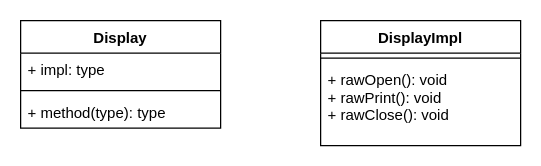
The draw.io diagram structural-bridge.drawio in xujiuhua/draw, before the edit. Source tidied: cells renumbered, new cells numbered last; positions are measured from the earlier drawing's top-left corner, leaving out a move shared by most shapes. Both pictures are drawn from the tidied source at 125%, with x=0, y=0 at pixel (20, 20).
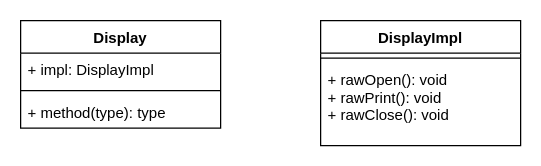
After the change.

Diff of the diagram source:
```diff
@@
 <mxGraphModel>
   <root>
     <mxCell id="0" />
     <mxCell id="1" parent="0" />
     <mxCell id="2" value="Display" style="swimlane;fontStyle=1;align=center;verticalAlign=top;horizontal=1;startSize=26;" parent="1" vertex="1">
       <mxGeometry width="160" height="86" as="geometry" />
     </mxCell>
-    <mxCell id="3" value="+ impl: type" style="text;strokeColor=none;fillColor=none;align=left;verticalAlign=top;spacingLeft=4;spacingRight=4;overflow=hidden;" parent="2" vertex="1">
+    <mxCell id="3" value="+ impl: DisplayImpl" style="text;strokeColor=none;fillColor=none;align=left;verticalAlign=top;spacingLeft=4;spacingRight=4;overflow=hidden;" parent="2" vertex="1">
       <mxGeometry y="26" width="160" height="26" as="geometry" />
     </mxCell>
     <mxCell id="4" style="line;strokeWidth=1;fillColor=none;align=left;verticalAlign=middle;spacingTop=-1;spacingLeft=3;spacingRight=3;labelPosition=right;" parent="2" vertex="1">
       <mxGeometry y="52" width="160" height="8" as="geometry" />
     </mxCell>
     <mxCell id="5" value="+ method(type): type" style="text;strokeColor=none;fillColor=none;align=left;verticalAlign=top;spacingLeft=4;spacingRight=4;overflow=hidden;" parent="2" vertex="1">
       <mxGeometry y="60" width="160" height="26" as="geometry" />
     </mxCell>
     <mxCell id="6" value="DisplayImpl&#10;" style="swimlane;fontStyle=1;align=center;verticalAlign=top;horizontal=1;startSize=26;" parent="1" vertex="1">
       <mxGeometry x="240" width="160" height="100" as="geometry" />
     </mxCell>
     <mxCell id="7" style="line;strokeWidth=1;fillColor=none;align=left;verticalAlign=middle;spacingTop=-1;spacingLeft=3;spacingRight=3;labelPosition=right;" parent="6" vertex="1">
       <mxGeometry y="26" width="160" height="8" as="geometry" />
     </mxCell>
     <mxCell id="8" value="+ rawOpen(): void&#10;+ rawPrint(): void&#10;+ rawClose(): void" style="text;strokeColor=none;fillColor=none;align=left;verticalAlign=top;spacingLeft=4;spacingRight=4;overflow=hidden;" parent="6" vertex="1">
       <mxGeometry y="34" width="160" height="66" as="geometry" />
     </mxCell>
   </root>
 </mxGraphModel>
```
